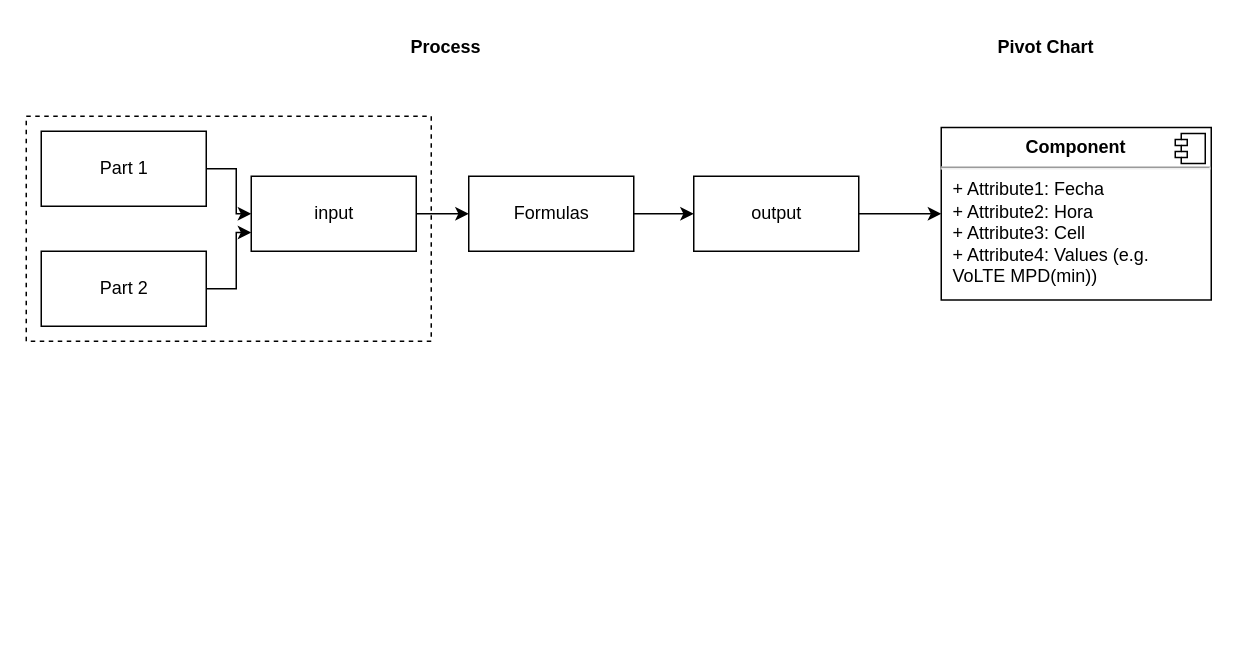
charlieromano/autoReportsRF keeps this draw.io diagram as archDiagram.drawio. Above is the earlier version. Source tidied: cells renumbered, new cells numbered last; positions are measured from the earlier drawing's top-left corner, leaving out a move shared by most shapes. Both pictures are drawn from the tidied source at 150%, with x=0, y=0 at pixel (26, 26).
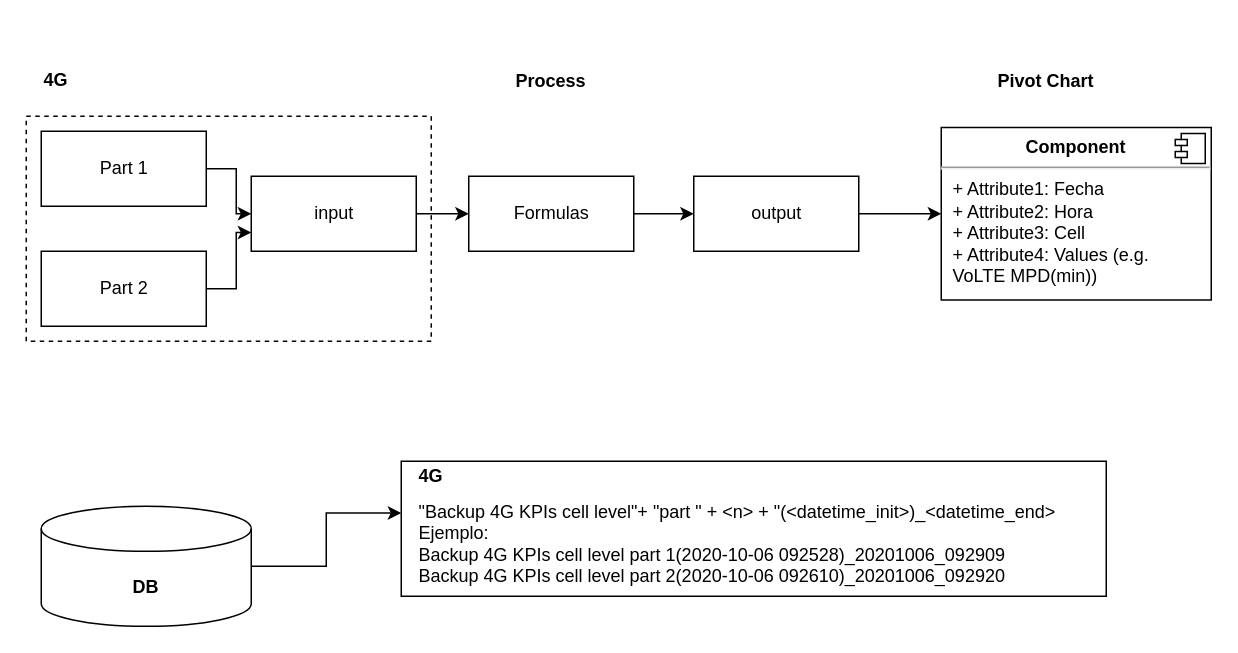
The same page after the edit.

Diff of the diagram source:
```diff
@@
     <mxCell id="11" value="Pivot Chart" style="text;align=center;fontStyle=1;verticalAlign=middle;spacingLeft=3;spacingRight=3;strokeColor=none;" parent="1" vertex="1">
-      <mxGeometry x="640" width="80" height="26" as="geometry" />
+      <mxGeometry x="640" y="23" width="80" height="26" as="geometry" />
     </mxCell>
     <mxCell id="12" value="Process" style="text;align=center;fontStyle=1;verticalAlign=middle;spacingLeft=3;spacingRight=3;strokeColor=none;" parent="1" vertex="1">
-      <mxGeometry x="240" width="80" height="26" as="geometry" />
+      <mxGeometry x="310" y="23" width="80" height="26" as="geometry" />
     </mxCell>
@@
+    <mxCell id="17" style="group;" parent="1" vertex="1">
+      <mxGeometry x="10" y="320" width="140" height="80" as="geometry" />
+    </mxCell>
+    <mxCell id="18" style="shape=cylinder3;whiteSpace=wrap;html=1;boundedLbl=1;backgroundOutline=1;size=15;fillColor=none;" parent="17" vertex="1">
+      <mxGeometry width="140" height="80" as="geometry" />
+    </mxCell>
+    <mxCell id="19" value="DB" style="text;align=center;fontStyle=1;verticalAlign=middle;spacingLeft=3;spacingRight=3;strokeColor=none;" parent="17" vertex="1">
+      <mxGeometry x="30" y="40" width="80" height="26" as="geometry" />
+    </mxCell>
+    <mxCell id="20" style="group;" parent="1" vertex="1">
+      <mxGeometry x="250" y="290" width="480" height="90" as="geometry" />
+    </mxCell>
+    <mxCell id="21" style="rounded=0;whiteSpace=wrap;html=1;fillColor=none;align=left;" parent="20" vertex="1">
+      <mxGeometry width="470" height="90" as="geometry" />
+    </mxCell>
+    <mxCell id="22" value="&lt;div&gt;&quot;Backup 4G KPIs cell level&quot;+ &quot;part &quot; + &amp;lt;n&amp;gt; + &quot;(&amp;lt;datetime_init&amp;gt;)_&amp;lt;datetime_end&amp;gt;&lt;br&gt;&lt;/div&gt;&lt;div&gt;Ejemplo: &lt;br&gt;&lt;/div&gt;&lt;div&gt;Backup 4G KPIs cell level part 1(2020-10-06 092528)_20201006_092909&lt;/div&gt;&lt;div&gt;Backup 4G KPIs cell level part 2(2020-10-06 092610)_20201006_092920&lt;br&gt;&lt;/div&gt;" style="text;html=1;strokeColor=none;fillColor=none;align=left;verticalAlign=middle;whiteSpace=wrap;rounded=0;" parent="20" vertex="1">
+      <mxGeometry x="10" y="20" width="470" height="70" as="geometry" />
+    </mxCell>
+    <mxCell id="23" value="&lt;b&gt;4G&lt;/b&gt;" style="text;html=1;strokeColor=none;fillColor=none;align=center;verticalAlign=middle;whiteSpace=wrap;rounded=0;" parent="20" vertex="1">
+      <mxGeometry width="40" height="20" as="geometry" />
+    </mxCell>
+    <mxCell id="24" style="edgeStyle=orthogonalEdgeStyle;rounded=0;jettySize=auto;html=1;exitX=1;exitY=0.5;exitDx=0;exitDy=0;exitPerimeter=0;entryX=0;entryY=0.383;entryDx=0;entryDy=0;entryPerimeter=0;" parent="1" edge="1" source="18" target="21">
+      <mxGeometry relative="1" as="geometry" />
+    </mxCell>
+    <mxCell id="25" value="&lt;b&gt;4G&lt;/b&gt;" style="text;html=1;strokeColor=none;fillColor=none;align=center;verticalAlign=middle;whiteSpace=wrap;rounded=0;" parent="1" vertex="1">
+      <mxGeometry y="26" width="40" height="20" as="geometry" />
+    </mxCell>
```
